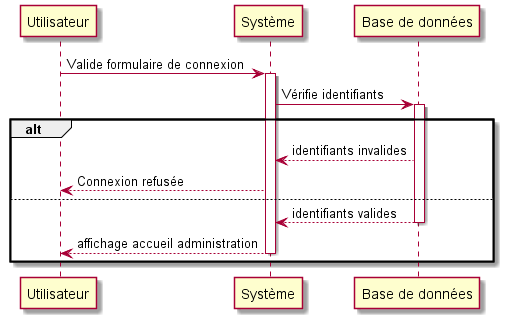
Before: diagrammes/sequence_connexion.png, a diagram exported from PlantUML (AEcalle/oc-php-project-5). The source it was exported from:
```plantuml
@startuml
participant Utilisateur as U
participant "Syst<U+00E8>me" as S
participant "Base de donn<U+00E9>es" as B
U -> S : Valide formulaire de connexion
activate S
S -> B : V<U+00E9>rifie identifiants
activate B
alt
B --> S : identifiants invalides
S --> U : Connexion refus<U+00E9>e
else
return identifiants valides
return affichage accueil administration
end
@enduml
```
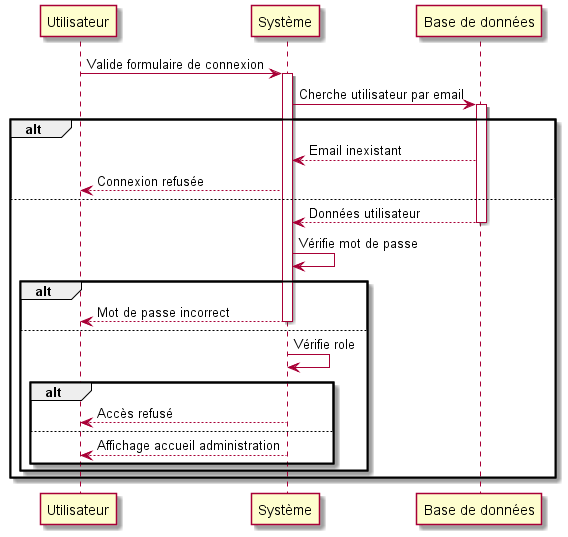
After the change.

Change to the diagram source:
```diff
@@ -4,13 +4,23 @@
 participant "Base de donn<U+00E9>es" as B
 U -> S : Valide formulaire de connexion
 activate S
-S -> B : V<U+00E9>rifie identifiants
+S -> B : Cherche utilisateur par email
 activate B
 alt
-B --> S : identifiants invalides
+B --> S : Email inexistant
 S --> U : Connexion refus<U+00E9>e
 else
-return identifiants valides
-return affichage accueil administration
+return Donn<U+00E9>es utilisateur
+S -> S : V<U+00E9>rifie mot de passe
+alt
+return Mot de passe incorrect
+else
+S -> S : V<U+00E9>rifie role
+alt
+S --> U : Acc<U+00E8>s refus<U+00E9>
+else
+S --> U : Affichage accueil administration
+end
+end
 end
 @enduml
```
